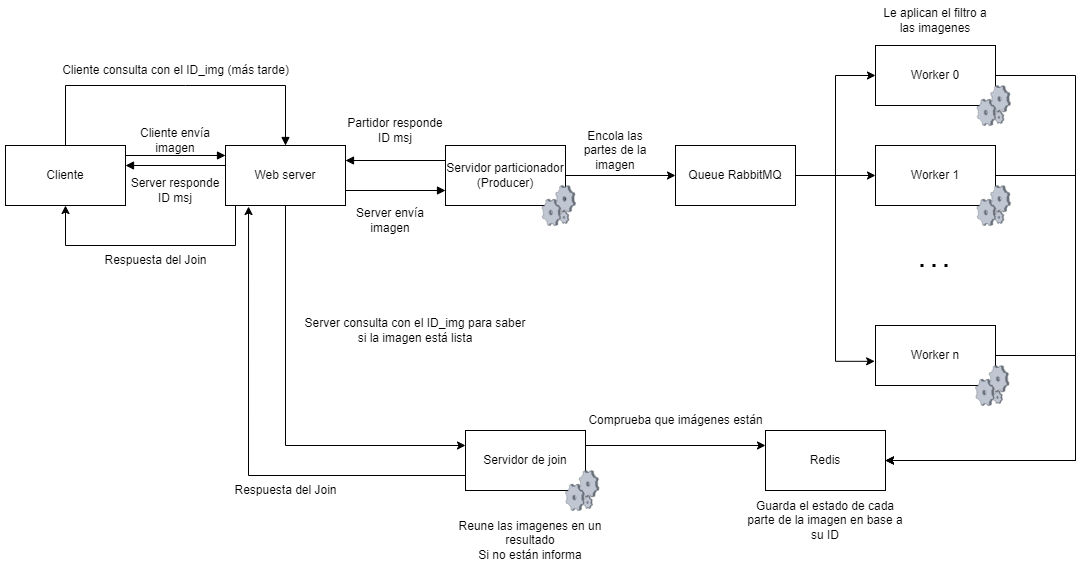
The draw.io diagram TP4/H1/parte2/esquema.png in Guanart/SDyPP-2024-grupo-4, before a commit. Source tidied: cells renumbered, new cells last; positions are measured from the earlier drawing's top-left corner, leaving out a move shared by most shapes. Its diagram source:
```xml
<mxGraphModel>
  <root>
    <mxCell id="0" />
    <mxCell id="1" parent="0" />
    <mxCell id="2" value="Cliente" style="rounded=0;whiteSpace=wrap;html=1;" parent="1" vertex="1">
      <mxGeometry y="140" width="120" height="60" as="geometry" />
    </mxCell>
    <mxCell id="3" value="Servidor particionador&lt;div&gt;(Producer)&lt;/div&gt;" style="rounded=0;whiteSpace=wrap;html=1;" parent="1" vertex="1">
      <mxGeometry x="440" y="140" width="120" height="60" as="geometry" />
    </mxCell>
    <mxCell id="4" style="edgeStyle=orthogonalEdgeStyle;rounded=0;jettySize=auto;html=1;entryX=0;entryY=0.5;entryDx=0;entryDy=0;" parent="1" edge="1" source="6" target="8">
      <mxGeometry relative="1" as="geometry" />
    </mxCell>
    <mxCell id="5" style="edgeStyle=orthogonalEdgeStyle;rounded=0;jettySize=auto;html=1;entryX=0;entryY=0.5;entryDx=0;entryDy=0;" parent="1" edge="1" source="6" target="10">
      <mxGeometry relative="1" as="geometry" />
    </mxCell>
    <mxCell id="6" value="Queue RabbitMQ" style="rounded=0;whiteSpace=wrap;html=1;" parent="1" vertex="1">
      <mxGeometry x="670" y="140" width="120" height="60" as="geometry" />
    </mxCell>
    <mxCell id="7" style="edgeStyle=orthogonalEdgeStyle;rounded=0;jettySize=auto;html=1;entryX=1;entryY=0.5;entryDx=0;entryDy=0;" parent="1" edge="1" source="8" target="21">
      <mxGeometry relative="1" as="geometry">
        <Array as="points">
          <mxPoint x="1070" y="70" />
          <mxPoint x="1070" y="455" />
        </Array>
      </mxGeometry>
    </mxCell>
    <mxCell id="8" value="Worker 0" style="rounded=0;whiteSpace=wrap;html=1;" parent="1" vertex="1">
      <mxGeometry x="870" y="40" width="120" height="60" as="geometry" />
    </mxCell>
    <mxCell id="9" style="edgeStyle=orthogonalEdgeStyle;rounded=0;jettySize=auto;html=1;entryX=1;entryY=0.5;entryDx=0;entryDy=0;" parent="1" edge="1" source="10" target="21">
      <mxGeometry relative="1" as="geometry">
        <Array as="points">
          <mxPoint x="1070" y="170" />
          <mxPoint x="1070" y="455" />
        </Array>
      </mxGeometry>
    </mxCell>
    <mxCell id="10" value="Worker 1" style="rounded=0;whiteSpace=wrap;html=1;" parent="1" vertex="1">
      <mxGeometry x="870" y="140" width="120" height="60" as="geometry" />
    </mxCell>
    <mxCell id="11" style="edgeStyle=orthogonalEdgeStyle;rounded=0;jettySize=auto;html=1;entryX=1;entryY=0.5;entryDx=0;entryDy=0;" parent="1" edge="1" source="12" target="21">
      <mxGeometry relative="1" as="geometry">
        <Array as="points">
          <mxPoint x="1070" y="350" />
          <mxPoint x="1070" y="455" />
        </Array>
      </mxGeometry>
    </mxCell>
    <mxCell id="12" value="Worker n" style="rounded=0;whiteSpace=wrap;html=1;" parent="1" vertex="1">
      <mxGeometry x="870" y="320" width="120" height="60" as="geometry" />
    </mxCell>
    <mxCell id="13" style="endArrow=none;dashed=1;html=1;dashPattern=1 3;strokeWidth=3;rounded=0;" parent="1" edge="1">
      <mxGeometry relative="1" as="geometry">
        <mxPoint x="915" y="260" as="sourcePoint" />
        <mxPoint x="945" y="260" as="targetPoint" />
      </mxGeometry>
    </mxCell>
    <mxCell id="14" style="edgeStyle=orthogonalEdgeStyle;rounded=0;jettySize=auto;html=1;entryX=-0.007;entryY=0.597;entryDx=0;entryDy=0;entryPerimeter=0;" parent="1" edge="1" source="6" target="12">
      <mxGeometry relative="1" as="geometry" />
    </mxCell>
    <mxCell id="15" style="edgeStyle=orthogonalEdgeStyle;rounded=0;jettySize=auto;html=1;exitX=1;exitY=0.25;exitDx=0;exitDy=0;entryX=0;entryY=0.25;entryDx=0;entryDy=0;" parent="1" edge="1" source="16" target="21">
      <mxGeometry relative="1" as="geometry" />
    </mxCell>
    <mxCell id="16" value="Servidor de join" style="rounded=0;whiteSpace=wrap;html=1;" parent="1" vertex="1">
      <mxGeometry x="460" y="425" width="120" height="60" as="geometry" />
    </mxCell>
    <mxCell id="17" style="endArrow=block;startArrow=none;html=1;rounded=0;endFill=1;startFill=0;" parent="1" edge="1">
      <mxGeometry relative="1" as="geometry">
        <mxPoint x="120" y="150" as="sourcePoint" />
        <mxPoint x="220" y="150" as="targetPoint" />
      </mxGeometry>
    </mxCell>
    <mxCell id="18" style="endArrow=classic;html=1;rounded=0;exitX=1;exitY=0.5;exitDx=0;exitDy=0;entryX=0;entryY=0.5;entryDx=0;entryDy=0;" parent="1" edge="1" source="3" target="6">
      <mxGeometry relative="1" as="geometry" />
    </mxCell>
    <mxCell id="19" value="Cliente envía imagen" style="text;html=1;align=center;verticalAlign=middle;whiteSpace=wrap;rounded=0;" parent="1" vertex="1">
      <mxGeometry x="120" y="120" width="100" height="30" as="geometry" />
    </mxCell>
    <mxCell id="20" value="Server consulta con el ID_img para saber si la imagen está lista" style="text;html=1;align=center;verticalAlign=middle;whiteSpace=wrap;rounded=0;" parent="1" vertex="1">
      <mxGeometry x="295" y="310" width="230" height="30" as="geometry" />
    </mxCell>
    <mxCell id="21" value="Redis" style="rounded=0;whiteSpace=wrap;html=1;" parent="1" vertex="1">
      <mxGeometry x="760" y="425" width="120" height="60" as="geometry" />
    </mxCell>
    <mxCell id="22" value="Encola las partes de la imagen" style="text;html=1;align=center;verticalAlign=middle;whiteSpace=wrap;rounded=0;" parent="1" vertex="1">
      <mxGeometry x="570" y="130" width="80" height="30" as="geometry" />
    </mxCell>
    <mxCell id="23" value="Le aplican el filtro a las imagenes" style="text;html=1;align=center;verticalAlign=middle;whiteSpace=wrap;rounded=0;" parent="1" vertex="1">
      <mxGeometry x="870" width="120" height="30" as="geometry" />
    </mxCell>
    <mxCell id="24" value="Reune las imagenes en un resultado&lt;br&gt;Si no están informa" style="text;html=1;align=center;verticalAlign=middle;whiteSpace=wrap;rounded=0;" parent="1" vertex="1">
      <mxGeometry x="440" y="520" width="170" height="30" as="geometry" />
    </mxCell>
    <mxCell id="25" value="Guarda el estado de cada parte de la imagen en base a su ID" style="text;html=1;align=center;verticalAlign=middle;whiteSpace=wrap;rounded=0;" parent="1" vertex="1">
      <mxGeometry x="740" y="500" width="160" height="30" as="geometry" />
    </mxCell>
    <mxCell id="26" style="edgeStyle=orthogonalEdgeStyle;rounded=0;jettySize=auto;html=1;entryX=0;entryY=0.25;entryDx=0;entryDy=0;" parent="1" edge="1" source="28" target="16">
      <mxGeometry relative="1" as="geometry">
        <Array as="points">
          <mxPoint x="280" y="440" />
        </Array>
      </mxGeometry>
    </mxCell>
    <mxCell id="27" style="edgeStyle=orthogonalEdgeStyle;rounded=0;jettySize=auto;html=1;exitX=0.25;exitY=1;exitDx=0;exitDy=0;entryX=0.5;entryY=1;entryDx=0;entryDy=0;" parent="1" edge="1" source="28" target="2">
      <mxGeometry relative="1" as="geometry">
        <Array as="points">
          <mxPoint x="230" y="200" />
          <mxPoint x="230" y="240" />
          <mxPoint x="60" y="240" />
        </Array>
      </mxGeometry>
    </mxCell>
    <mxCell id="28" value="Web server" style="rounded=0;whiteSpace=wrap;html=1;" parent="1" vertex="1">
      <mxGeometry x="220" y="140" width="120" height="60" as="geometry" />
    </mxCell>
    <mxCell id="29" style="endArrow=block;startArrow=none;html=1;rounded=0;exitX=1;exitY=0.75;exitDx=0;exitDy=0;entryX=0;entryY=0.75;entryDx=0;entryDy=0;endFill=1;startFill=0;" parent="1" edge="1" source="28" target="3">
      <mxGeometry relative="1" as="geometry" />
    </mxCell>
    <mxCell id="30" value="Server envía imagen" style="text;html=1;align=center;verticalAlign=middle;whiteSpace=wrap;rounded=0;" parent="1" vertex="1">
      <mxGeometry x="335" y="200" width="100" height="30" as="geometry" />
    </mxCell>
    <mxCell id="31" style="endArrow=block;startArrow=none;html=1;rounded=0;exitX=0;exitY=0.25;exitDx=0;exitDy=0;entryX=1;entryY=0.25;entryDx=0;entryDy=0;endFill=1;startFill=0;" parent="1" edge="1" source="3" target="28">
      <mxGeometry relative="1" as="geometry" />
    </mxCell>
    <mxCell id="32" value="Partidor responde ID msj" style="text;html=1;align=center;verticalAlign=middle;whiteSpace=wrap;rounded=0;" parent="1" vertex="1">
      <mxGeometry x="340" y="110" width="100" height="30" as="geometry" />
    </mxCell>
    <mxCell id="33" value="Server responde ID msj" style="text;html=1;align=center;verticalAlign=middle;whiteSpace=wrap;rounded=0;" parent="1" vertex="1">
      <mxGeometry x="120" y="170" width="100" height="30" as="geometry" />
    </mxCell>
    <mxCell id="34" style="endArrow=block;startArrow=none;html=1;rounded=0;endFill=1;startFill=0;" parent="1" edge="1">
      <mxGeometry relative="1" as="geometry">
        <mxPoint x="220" y="160" as="sourcePoint" />
        <mxPoint x="120" y="160" as="targetPoint" />
      </mxGeometry>
    </mxCell>
    <mxCell id="35" style="verticalLabelPosition=bottom;sketch=0;html=1;verticalAlign=top;strokeColor=none;align=center;shape=mxgraph.citrix.process;" parent="1" vertex="1">
      <mxGeometry x="536.5" y="180" width="33.5" height="40" as="geometry" />
    </mxCell>
    <mxCell id="36" style="endArrow=block;startArrow=none;html=1;rounded=0;endFill=1;startFill=0;" parent="1" edge="1">
      <mxGeometry relative="1" as="geometry">
        <mxPoint x="60" y="140" as="sourcePoint" />
        <mxPoint x="280" y="140" as="targetPoint" />
        <Array as="points">
          <mxPoint x="60" y="80" />
          <mxPoint x="180" y="80" />
          <mxPoint x="280" y="80" />
        </Array>
      </mxGeometry>
    </mxCell>
    <mxCell id="37" value="Cliente consulta con el ID_img (más tarde)" style="text;html=1;align=center;verticalAlign=middle;strokeColor=none;fillColor=none;" parent="1" vertex="1">
      <mxGeometry x="45" y="50" width="250" height="30" as="geometry" />
    </mxCell>
    <mxCell id="38" style="verticalLabelPosition=bottom;sketch=0;html=1;verticalAlign=top;strokeColor=none;align=center;shape=mxgraph.citrix.process;" parent="1" vertex="1">
      <mxGeometry x="971.5" y="80" width="33.5" height="40" as="geometry" />
    </mxCell>
    <mxCell id="39" style="verticalLabelPosition=bottom;sketch=0;html=1;verticalAlign=top;strokeColor=none;align=center;shape=mxgraph.citrix.process;" parent="1" vertex="1">
      <mxGeometry x="971.5" y="180" width="33.5" height="40" as="geometry" />
    </mxCell>
    <mxCell id="40" style="verticalLabelPosition=bottom;sketch=0;html=1;verticalAlign=top;strokeColor=none;align=center;shape=mxgraph.citrix.process;" parent="1" vertex="1">
      <mxGeometry x="970" y="360" width="33.5" height="40" as="geometry" />
    </mxCell>
    <mxCell id="41" style="verticalLabelPosition=bottom;sketch=0;html=1;verticalAlign=top;strokeColor=none;align=center;shape=mxgraph.citrix.process;" parent="1" vertex="1">
      <mxGeometry x="560" y="465" width="33.5" height="40" as="geometry" />
    </mxCell>
    <mxCell id="42" style="edgeStyle=orthogonalEdgeStyle;rounded=0;jettySize=auto;html=1;exitX=0;exitY=0.75;exitDx=0;exitDy=0;entryX=0.192;entryY=1.017;entryDx=0;entryDy=0;entryPerimeter=0;" parent="1" edge="1" source="16" target="28">
      <mxGeometry relative="1" as="geometry" />
    </mxCell>
    <mxCell id="43" value="Comprueba que imágenes están" style="text;html=1;align=center;verticalAlign=middle;strokeColor=none;fillColor=none;" parent="1" vertex="1">
      <mxGeometry x="570" y="400" width="200" height="30" as="geometry" />
    </mxCell>
    <mxCell id="44" value="Respuesta del Join" style="text;html=1;align=center;verticalAlign=middle;strokeColor=none;fillColor=none;" parent="1" vertex="1">
      <mxGeometry x="215" y="470" width="130" height="30" as="geometry" />
    </mxCell>
    <mxCell id="45" value="Respuesta del Join" style="text;html=1;align=center;verticalAlign=middle;strokeColor=none;fillColor=none;" parent="1" vertex="1">
      <mxGeometry x="85" y="240" width="130" height="30" as="geometry" />
    </mxCell>
  </root>
</mxGraphModel>
```
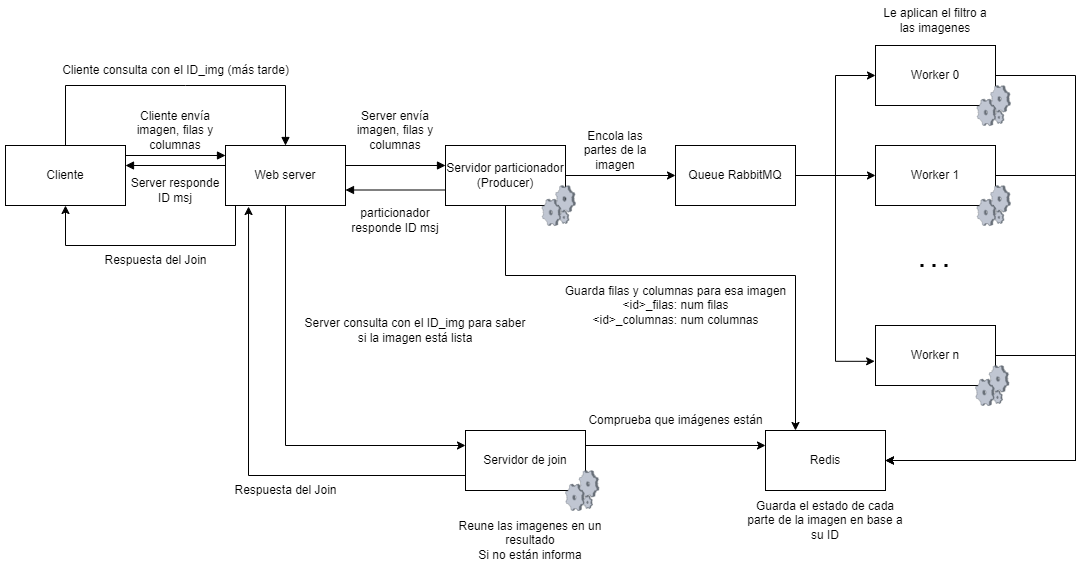
Later version of the same file.

Commit message:
cambio h2, ahora se mandan las filas y columnas para poder partir la imagen como quiere el cliente, falta parte 3

Change to the diagram source:
```diff
@@ -74,8 +74,8 @@
     <mxCell id="18" style="endArrow=classic;html=1;rounded=0;exitX=1;exitY=0.5;exitDx=0;exitDy=0;entryX=0;entryY=0.5;entryDx=0;entryDy=0;" parent="1" edge="1" source="3" target="6">
       <mxGeometry relative="1" as="geometry" />
     </mxCell>
-    <mxCell id="19" value="Cliente envía imagen" style="text;html=1;align=center;verticalAlign=middle;whiteSpace=wrap;rounded=0;" parent="1" vertex="1">
-      <mxGeometry x="120" y="120" width="100" height="30" as="geometry" />
+    <mxCell id="19" value="Cliente envía imagen, filas y columnas" style="text;html=1;align=center;verticalAlign=middle;whiteSpace=wrap;rounded=0;" parent="1" vertex="1">
+      <mxGeometry x="120" y="110" width="100" height="30" as="geometry" />
     </mxCell>
     <mxCell id="20" value="Server consulta con el ID_img para saber si la imagen está lista" style="text;html=1;align=center;verticalAlign=middle;whiteSpace=wrap;rounded=0;" parent="1" vertex="1">
       <mxGeometry x="295" y="310" width="230" height="30" as="geometry" />
@@ -114,17 +114,23 @@
     <mxCell id="28" value="Web server" style="rounded=0;whiteSpace=wrap;html=1;" parent="1" vertex="1">
       <mxGeometry x="220" y="140" width="120" height="60" as="geometry" />
     </mxCell>
-    <mxCell id="29" style="endArrow=block;startArrow=none;html=1;rounded=0;exitX=1;exitY=0.75;exitDx=0;exitDy=0;entryX=0;entryY=0.75;entryDx=0;entryDy=0;endFill=1;startFill=0;" parent="1" edge="1" source="28" target="3">
-      <mxGeometry relative="1" as="geometry" />
+    <mxCell id="29" style="endArrow=block;startArrow=none;html=1;rounded=0;exitX=1;exitY=0.75;exitDx=0;exitDy=0;entryX=0;entryY=0.75;entryDx=0;entryDy=0;endFill=1;startFill=0;" parent="1" edge="1">
+      <mxGeometry relative="1" as="geometry">
+        <mxPoint x="340" y="160" as="sourcePoint" />
+        <mxPoint x="440" y="160" as="targetPoint" />
+      </mxGeometry>
     </mxCell>
-    <mxCell id="30" value="Server envía imagen" style="text;html=1;align=center;verticalAlign=middle;whiteSpace=wrap;rounded=0;" parent="1" vertex="1">
-      <mxGeometry x="335" y="200" width="100" height="30" as="geometry" />
+    <mxCell id="30" value="Server envía imagen, filas y columnas" style="text;html=1;align=center;verticalAlign=middle;whiteSpace=wrap;rounded=0;" parent="1" vertex="1">
+      <mxGeometry x="340" y="110" width="100" height="30" as="geometry" />
     </mxCell>
-    <mxCell id="31" style="endArrow=block;startArrow=none;html=1;rounded=0;exitX=0;exitY=0.25;exitDx=0;exitDy=0;entryX=1;entryY=0.25;entryDx=0;entryDy=0;endFill=1;startFill=0;" parent="1" edge="1" source="3" target="28">
-      <mxGeometry relative="1" as="geometry" />
+    <mxCell id="31" style="endArrow=block;startArrow=none;html=1;rounded=0;exitX=0;exitY=0.25;exitDx=0;exitDy=0;entryX=1;entryY=0.25;entryDx=0;entryDy=0;endFill=1;startFill=0;" parent="1" edge="1">
+      <mxGeometry relative="1" as="geometry">
+        <mxPoint x="440" y="184.5" as="sourcePoint" />
+        <mxPoint x="340" y="184.5" as="targetPoint" />
+      </mxGeometry>
     </mxCell>
-    <mxCell id="32" value="Partidor responde ID msj" style="text;html=1;align=center;verticalAlign=middle;whiteSpace=wrap;rounded=0;" parent="1" vertex="1">
-      <mxGeometry x="340" y="110" width="100" height="30" as="geometry" />
+    <mxCell id="32" value="particionador responde ID msj" style="text;html=1;align=center;verticalAlign=middle;whiteSpace=wrap;rounded=0;" parent="1" vertex="1">
+      <mxGeometry x="340" y="200" width="100" height="30" as="geometry" />
     </mxCell>
     <mxCell id="33" value="Server responde ID msj" style="text;html=1;align=center;verticalAlign=middle;whiteSpace=wrap;rounded=0;" parent="1" vertex="1">
       <mxGeometry x="120" y="170" width="100" height="30" as="geometry" />
@@ -176,5 +182,16 @@
     <mxCell id="45" value="Respuesta del Join" style="text;html=1;align=center;verticalAlign=middle;strokeColor=none;fillColor=none;" parent="1" vertex="1">
       <mxGeometry x="85" y="240" width="130" height="30" as="geometry" />
     </mxCell>
+    <mxCell id="46" style="endArrow=classic;html=1;rounded=0;entryX=0.25;entryY=0;entryDx=0;entryDy=0;" parent="1" edge="1" source="3" target="21">
+      <mxGeometry relative="1" as="geometry">
+        <Array as="points">
+          <mxPoint x="500" y="270" />
+          <mxPoint x="790" y="270" />
+        </Array>
+      </mxGeometry>
+    </mxCell>
+    <mxCell id="47" value="Guarda filas y columnas para esa imagen&lt;div&gt;&amp;lt;id&amp;gt;_filas: num filas&lt;br&gt;&amp;lt;id&amp;gt;_columnas: num columnas&lt;/div&gt;" style="text;html=1;align=center;verticalAlign=middle;strokeColor=none;fillColor=none;" parent="1" vertex="1">
+      <mxGeometry x="550" y="270" width="240" height="60" as="geometry" />
+    </mxCell>
   </root>
 </mxGraphModel>
```
